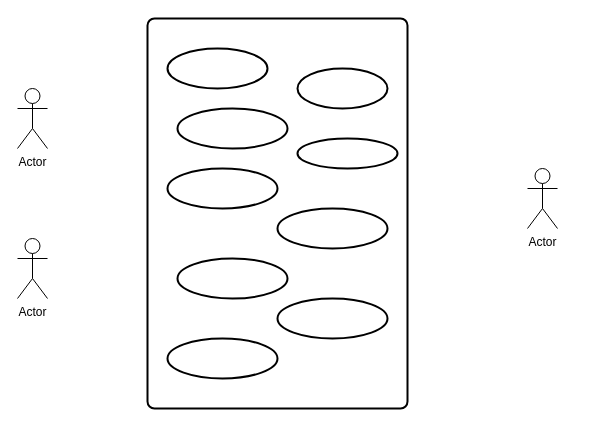
Earlier version of the draw.io diagram Untitled Diagram.drawio (Mwabamwaba/POS-MS-Access-VBA). Source tidied: cells renumbered, new cells numbered last; positions are measured from the earlier drawing's top-left corner, leaving out a move shared by most shapes. Both pictures are drawn from the tidied source at 100%, with x=0, y=0 at pixel (17, 18).
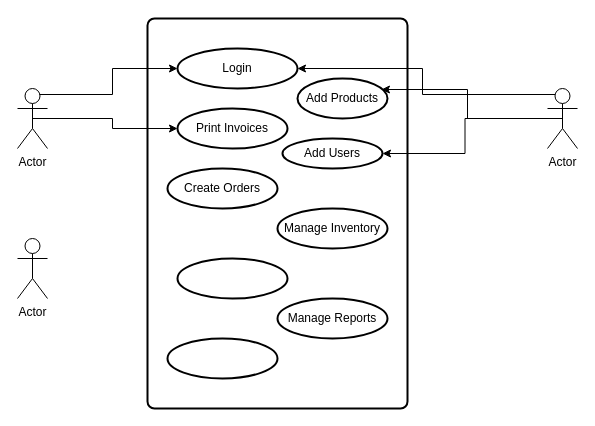
Above is the later version.

Diff of the diagram source:
```diff
@@
 <mxGraphModel>
   <root>
     <mxCell id="0" />
     <mxCell id="1" parent="0" />
     <mxCell id="2" style="rounded=1;whiteSpace=wrap;html=1;absoluteArcSize=1;arcSize=14;strokeWidth=2;" parent="1" vertex="1">
       <mxGeometry x="130" width="260" height="390" as="geometry" />
     </mxCell>
-    <mxCell id="3" style="strokeWidth=2;html=1;shape=mxgraph.flowchart.start_1;whiteSpace=wrap;" parent="1" vertex="1">
-      <mxGeometry x="280" y="50" width="90" height="40" as="geometry" />
+    <mxCell id="3" value="Add Products" style="strokeWidth=2;html=1;shape=mxgraph.flowchart.start_1;whiteSpace=wrap;" parent="1" vertex="1">
+      <mxGeometry x="280" y="60" width="90" height="40" as="geometry" />
     </mxCell>
-    <mxCell id="4" style="strokeWidth=2;html=1;shape=mxgraph.flowchart.start_1;whiteSpace=wrap;" parent="1" vertex="1">
-      <mxGeometry x="150" y="30" width="100" height="40" as="geometry" />
+    <mxCell id="4" value="Login" style="strokeWidth=2;html=1;shape=mxgraph.flowchart.start_1;whiteSpace=wrap;" parent="1" vertex="1">
+      <mxGeometry x="160" y="30" width="120" height="40" as="geometry" />
     </mxCell>
-    <mxCell id="5" style="strokeWidth=2;html=1;shape=mxgraph.flowchart.start_1;whiteSpace=wrap;" parent="1" vertex="1">
+    <mxCell id="5" value="Print Invoices" style="strokeWidth=2;html=1;shape=mxgraph.flowchart.start_1;whiteSpace=wrap;" parent="1" vertex="1">
       <mxGeometry x="160" y="90" width="110" height="40" as="geometry" />
     </mxCell>
-    <mxCell id="6" style="strokeWidth=2;html=1;shape=mxgraph.flowchart.start_1;whiteSpace=wrap;" parent="1" vertex="1">
-      <mxGeometry x="280" y="120" width="100" height="30" as="geometry" />
+    <mxCell id="6" value="Add Users" style="strokeWidth=2;html=1;shape=mxgraph.flowchart.start_1;whiteSpace=wrap;" parent="1" vertex="1">
+      <mxGeometry x="265" y="120" width="100" height="30" as="geometry" />
     </mxCell>
-    <mxCell id="7" style="strokeWidth=2;html=1;shape=mxgraph.flowchart.start_1;whiteSpace=wrap;" parent="1" vertex="1">
+    <mxCell id="7" value="Create Orders" style="strokeWidth=2;html=1;shape=mxgraph.flowchart.start_1;whiteSpace=wrap;" parent="1" vertex="1">
       <mxGeometry x="150" y="150" width="110" height="40" as="geometry" />
     </mxCell>
-    <mxCell id="8" style="strokeWidth=2;html=1;shape=mxgraph.flowchart.start_1;whiteSpace=wrap;" parent="1" vertex="1">
+    <mxCell id="8" value="Manage Inventory" style="strokeWidth=2;html=1;shape=mxgraph.flowchart.start_1;whiteSpace=wrap;" parent="1" vertex="1">
       <mxGeometry x="260" y="190" width="110" height="40" as="geometry" />
     </mxCell>
     <mxCell id="9" style="strokeWidth=2;html=1;shape=mxgraph.flowchart.start_1;whiteSpace=wrap;" parent="1" vertex="1">
       <mxGeometry x="160" y="240" width="110" height="40" as="geometry" />
     </mxCell>
-    <mxCell id="10" style="strokeWidth=2;html=1;shape=mxgraph.flowchart.start_1;whiteSpace=wrap;" parent="1" vertex="1">
+    <mxCell id="10" value="Manage Reports" style="strokeWidth=2;html=1;shape=mxgraph.flowchart.start_1;whiteSpace=wrap;" parent="1" vertex="1">
       <mxGeometry x="260" y="280" width="110" height="40" as="geometry" />
     </mxCell>
     <mxCell id="11" style="strokeWidth=2;html=1;shape=mxgraph.flowchart.start_1;whiteSpace=wrap;" parent="1" vertex="1">
       <mxGeometry x="150" y="320" width="110" height="40" as="geometry" />
     </mxCell>
+    <mxCell id="15" style="edgeStyle=orthogonalEdgeStyle;rounded=0;jettySize=auto;html=1;exitX=0.25;exitY=0.1;exitDx=0;exitDy=0;exitPerimeter=0;" parent="1" edge="1" source="12" target="4">
+      <mxGeometry relative="1" as="geometry" />
+    </mxCell>
+    <mxCell id="16" style="edgeStyle=orthogonalEdgeStyle;rounded=0;jettySize=auto;html=1;exitX=0.5;exitY=0.5;exitDx=0;exitDy=0;exitPerimeter=0;" parent="1" edge="1" source="12" target="5">
+      <mxGeometry relative="1" as="geometry" />
+    </mxCell>
+    <mxCell id="13" value="Actor" style="shape=umlActor;verticalLabelPosition=bottom;verticalAlign=top;html=1;" parent="1" vertex="1">
+      <mxGeometry y="220" width="30" height="60" as="geometry" />
+    </mxCell>
     <mxCell id="12" value="Actor" style="shape=umlActor;verticalLabelPosition=bottom;verticalAlign=top;html=1;outlineConnect=0;" parent="1" vertex="1">
       <mxGeometry y="70" width="30" height="60" as="geometry" />
     </mxCell>
-    <mxCell id="13" value="Actor" style="shape=umlActor;verticalLabelPosition=bottom;verticalAlign=top;html=1;" parent="1" vertex="1">
-      <mxGeometry y="220" width="30" height="60" as="geometry" />
-    </mxCell>
+    <mxCell id="17" style="edgeStyle=orthogonalEdgeStyle;rounded=0;jettySize=auto;html=1;exitX=0.25;exitY=0.1;exitDx=0;exitDy=0;exitPerimeter=0;" parent="1" edge="1" source="14" target="4">
+      <mxGeometry relative="1" as="geometry" />
+    </mxCell>
     <mxCell id="14" value="Actor" style="shape=umlActor;verticalLabelPosition=bottom;verticalAlign=top;html=1;outlineConnect=0;" parent="1" vertex="1">
-      <mxGeometry x="510" y="150" width="30" height="60" as="geometry" />
+      <mxGeometry x="530" y="70" width="30" height="60" as="geometry" />
     </mxCell>
+    <mxCell id="18" style="edgeStyle=orthogonalEdgeStyle;rounded=0;jettySize=auto;html=1;exitX=0.5;exitY=0.5;exitDx=0;exitDy=0;exitPerimeter=0;entryX=0.933;entryY=0.275;entryDx=0;entryDy=0;entryPerimeter=0;" parent="1" edge="1" source="14" target="3">
+      <mxGeometry relative="1" as="geometry" />
+    </mxCell>
+    <mxCell id="19" style="edgeStyle=orthogonalEdgeStyle;rounded=0;jettySize=auto;html=1;exitX=0.5;exitY=0.5;exitDx=0;exitDy=0;exitPerimeter=0;entryX=1;entryY=0.5;entryDx=0;entryDy=0;entryPerimeter=0;" parent="1" edge="1" source="14" target="6">
+      <mxGeometry relative="1" as="geometry" />
+    </mxCell>
   </root>
 </mxGraphModel>
```
